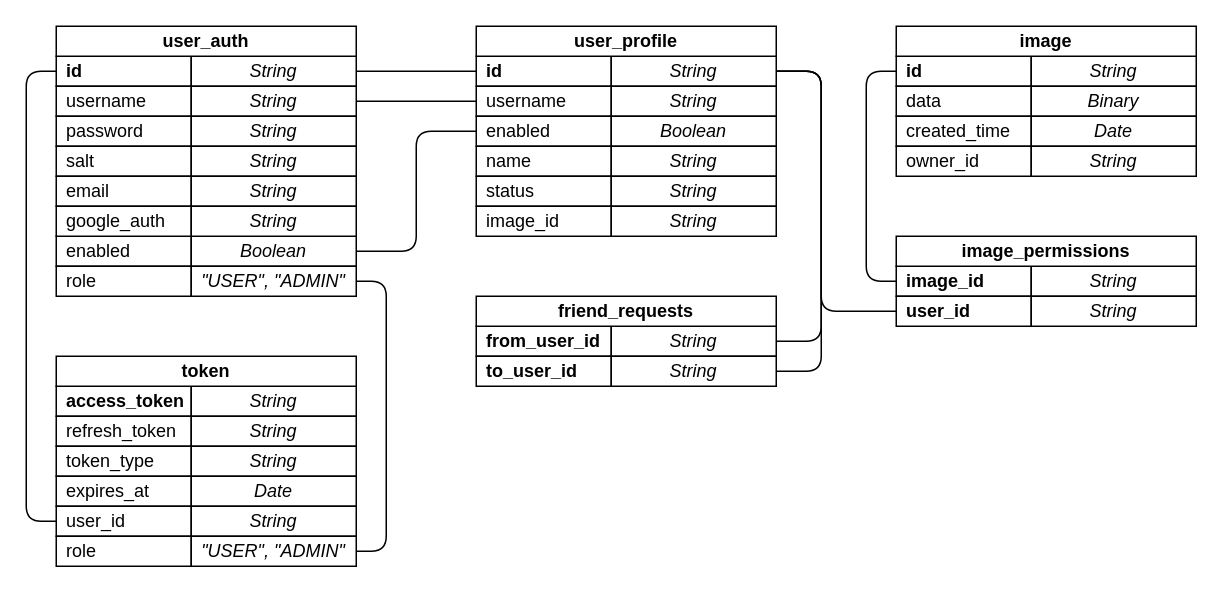
drsanches/photobooth keeps this draw.io diagram as doc/db_schema.drawio. Above is the earlier version. Source tidied: cells renumbered, new cells numbered last; positions are measured from the earlier drawing's top-left corner, leaving out a move shared by most shapes. Both pictures are drawn from the tidied source at 150%, with x=0, y=0 at pixel (56, 26).
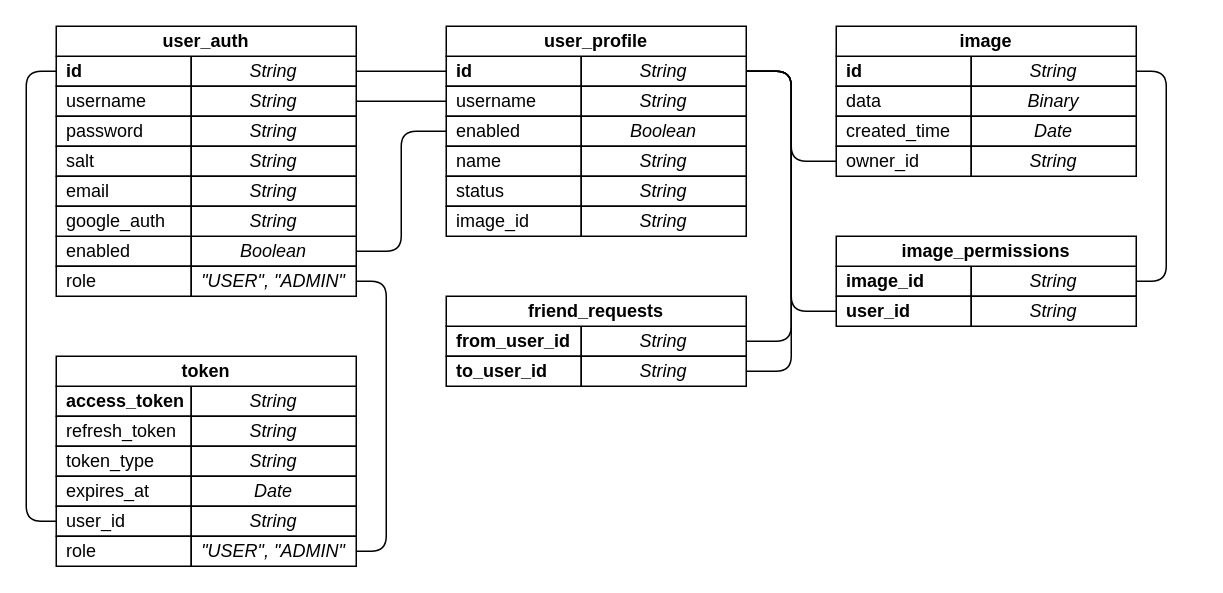
The same diagram, later.

What changed in the source:
```diff
@@
     <mxCell id="21" value="&lt;b&gt;id&lt;/b&gt;" style="rounded=0;whiteSpace=wrap;html=1;align=left;spacingLeft=5;" parent="1" vertex="1">
-      <mxGeometry x="280" y="20" width="90" height="20" as="geometry" />
+      <mxGeometry x="260" y="20" width="90" height="20" as="geometry" />
     </mxCell>
     <mxCell id="22" style="edgeStyle=orthogonalEdgeStyle;rounded=1;jettySize=auto;html=1;exitX=1;exitY=0.5;exitDx=0;exitDy=0;entryX=0;entryY=0.5;entryDx=0;entryDy=0;endArrow=none;endFill=0;" parent="1" edge="1" source="25" target="56">
       <mxGeometry relative="1" as="geometry">
         <Array as="points">
-          <mxPoint x="510" y="30" />
-          <mxPoint x="510" y="190" />
+          <mxPoint x="490" y="30" />
+          <mxPoint x="490" y="190" />
         </Array>
       </mxGeometry>
     </mxCell>
     <mxCell id="23" style="edgeStyle=orthogonalEdgeStyle;rounded=1;jettySize=auto;html=1;exitX=1;exitY=0.5;exitDx=0;exitDy=0;entryX=1;entryY=0.5;entryDx=0;entryDy=0;endArrow=none;endFill=0;" parent="1" edge="1" source="25" target="39">
       <mxGeometry relative="1" as="geometry">
         <Array as="points">
-          <mxPoint x="510" y="30" />
-          <mxPoint x="510" y="210" />
+          <mxPoint x="490" y="30" />
+          <mxPoint x="490" y="210" />
         </Array>
       </mxGeometry>
     </mxCell>
     <mxCell id="24" style="edgeStyle=orthogonalEdgeStyle;rounded=1;jettySize=auto;html=1;exitX=1;exitY=0.5;exitDx=0;exitDy=0;entryX=1;entryY=0.5;entryDx=0;entryDy=0;endArrow=none;endFill=0;" parent="1" edge="1" source="25" target="42">
       <mxGeometry relative="1" as="geometry">
         <Array as="points">
-          <mxPoint x="510" y="30" />
-          <mxPoint x="510" y="230" />
+          <mxPoint x="490" y="30" />
+          <mxPoint x="490" y="230" />
         </Array>
       </mxGeometry>
     </mxCell>
     <mxCell id="25" value="String" style="rounded=0;whiteSpace=wrap;html=1;spacingLeft=0;fontStyle=2;" parent="1" vertex="1">
-      <mxGeometry x="370" y="20" width="110" height="20" as="geometry" />
+      <mxGeometry x="350" y="20" width="110" height="20" as="geometry" />
     </mxCell>
     <mxCell id="26" value="username" style="rounded=0;whiteSpace=wrap;html=1;align=left;spacingLeft=5;" parent="1" vertex="1">
-      <mxGeometry x="280" y="40" width="90" height="20" as="geometry" />
+      <mxGeometry x="260" y="40" width="90" height="20" as="geometry" />
     </mxCell>
     <mxCell id="27" value="String" style="rounded=0;whiteSpace=wrap;html=1;spacingLeft=0;fontStyle=2;" parent="1" vertex="1">
-      <mxGeometry x="370" y="40" width="110" height="20" as="geometry" />
+      <mxGeometry x="350" y="40" width="110" height="20" as="geometry" />
     </mxCell>
     <mxCell id="28" value="enabled&lt;span style=&quot;white-space: pre;&quot;&gt;&#9;&lt;/span&gt;&lt;span style=&quot;white-space: pre;&quot;&gt;&#9;&lt;/span&gt;" style="rounded=0;whiteSpace=wrap;html=1;align=left;spacingLeft=5;" parent="1" vertex="1">
-      <mxGeometry x="280" y="60" width="90" height="20" as="geometry" />
+      <mxGeometry x="260" y="60" width="90" height="20" as="geometry" />
     </mxCell>
     <mxCell id="29" value="Boolean" style="rounded=0;whiteSpace=wrap;html=1;spacingLeft=0;fontStyle=2;" parent="1" vertex="1">
-      <mxGeometry x="370" y="60" width="110" height="20" as="geometry" />
+      <mxGeometry x="350" y="60" width="110" height="20" as="geometry" />
     </mxCell>
     <mxCell id="30" value="name" style="rounded=0;whiteSpace=wrap;html=1;align=left;spacingLeft=5;" parent="1" vertex="1">
-      <mxGeometry x="280" y="80" width="90" height="20" as="geometry" />
+      <mxGeometry x="260" y="80" width="90" height="20" as="geometry" />
     </mxCell>
     <mxCell id="31" value="String" style="rounded=0;whiteSpace=wrap;html=1;spacingLeft=0;fontStyle=2;" parent="1" vertex="1">
-      <mxGeometry x="370" y="80" width="110" height="20" as="geometry" />
+      <mxGeometry x="350" y="80" width="110" height="20" as="geometry" />
     </mxCell>
     <mxCell id="32" value="status" style="rounded=0;whiteSpace=wrap;html=1;align=left;spacingLeft=5;" parent="1" vertex="1">
-      <mxGeometry x="280" y="100" width="90" height="20" as="geometry" />
+      <mxGeometry x="260" y="100" width="90" height="20" as="geometry" />
     </mxCell>
     <mxCell id="33" value="String" style="rounded=0;whiteSpace=wrap;html=1;spacingLeft=0;fontStyle=2;" parent="1" vertex="1">
-      <mxGeometry x="370" y="100" width="110" height="20" as="geometry" />
+      <mxGeometry x="350" y="100" width="110" height="20" as="geometry" />
     </mxCell>
     <mxCell id="34" value="image_id" style="rounded=0;whiteSpace=wrap;html=1;align=left;spacingLeft=5;" parent="1" vertex="1">
-      <mxGeometry x="280" y="120" width="90" height="20" as="geometry" />
+      <mxGeometry x="260" y="120" width="90" height="20" as="geometry" />
     </mxCell>
     <mxCell id="35" value="String" style="rounded=0;whiteSpace=wrap;html=1;spacingLeft=0;fontStyle=2;" parent="1" vertex="1">
-      <mxGeometry x="370" y="120" width="110" height="20" as="geometry" />
+      <mxGeometry x="350" y="120" width="110" height="20" as="geometry" />
     </mxCell>
@@
     <mxCell id="37" value="user_profile" style="rounded=0;whiteSpace=wrap;html=1;fontStyle=1;" parent="1" vertex="1">
-      <mxGeometry x="280" width="200" height="20" as="geometry" />
+      <mxGeometry x="260" width="200" height="20" as="geometry" />
     </mxCell>
     <mxCell id="38" value="&lt;b&gt;from_user_id&lt;/b&gt;" style="rounded=0;whiteSpace=wrap;html=1;align=left;spacingLeft=5;" parent="1" vertex="1">
-      <mxGeometry x="280" y="200" width="90" height="20" as="geometry" />
+      <mxGeometry x="260" y="200" width="90" height="20" as="geometry" />
     </mxCell>
     <mxCell id="39" value="String" style="rounded=0;whiteSpace=wrap;html=1;spacingLeft=0;fontStyle=2;" parent="1" vertex="1">
-      <mxGeometry x="370" y="200" width="110" height="20" as="geometry" />
+      <mxGeometry x="350" y="200" width="110" height="20" as="geometry" />
     </mxCell>
     <mxCell id="40" value="friend_requests" style="rounded=0;whiteSpace=wrap;html=1;fontStyle=1;" parent="1" vertex="1">
-      <mxGeometry x="280" y="180" width="200" height="20" as="geometry" />
+      <mxGeometry x="260" y="180" width="200" height="20" as="geometry" />
     </mxCell>
     <mxCell id="41" value="&lt;b&gt;to_user_id&lt;/b&gt;" style="rounded=0;whiteSpace=wrap;html=1;align=left;spacingLeft=5;" parent="1" vertex="1">
-      <mxGeometry x="280" y="220" width="90" height="20" as="geometry" />
+      <mxGeometry x="260" y="220" width="90" height="20" as="geometry" />
     </mxCell>
     <mxCell id="42" value="String" style="rounded=0;whiteSpace=wrap;html=1;spacingLeft=0;fontStyle=2;" parent="1" vertex="1">
-      <mxGeometry x="370" y="220" width="110" height="20" as="geometry" />
+      <mxGeometry x="350" y="220" width="110" height="20" as="geometry" />
     </mxCell>
-    <mxCell id="43" style="edgeStyle=orthogonalEdgeStyle;rounded=1;jettySize=auto;html=1;exitX=0;exitY=0.5;exitDx=0;exitDy=0;entryX=0;entryY=0.5;entryDx=0;entryDy=0;endArrow=none;endFill=0;" parent="1" edge="1" source="44" target="53">
+    <mxCell id="43" style="edgeStyle=orthogonalEdgeStyle;rounded=1;jettySize=auto;html=1;exitX=1;exitY=0.5;exitDx=0;exitDy=0;entryX=1;entryY=0.5;entryDx=0;entryDy=0;endArrow=none;endFill=0;" parent="1" edge="1" source="45" target="54">
       <mxGeometry relative="1" as="geometry">
         <Array as="points">
-          <mxPoint x="540" y="30" />
-          <mxPoint x="540" y="170" />
+          <mxPoint x="740" y="30" />
+          <mxPoint x="740" y="170" />
         </Array>
       </mxGeometry>
     </mxCell>
     <mxCell id="44" value="&lt;b&gt;id&lt;/b&gt;" style="rounded=0;whiteSpace=wrap;html=1;align=left;spacingLeft=5;" parent="1" vertex="1">
-      <mxGeometry x="560" y="20" width="90" height="20" as="geometry" />
+      <mxGeometry x="520" y="20" width="90" height="20" as="geometry" />
     </mxCell>
     <mxCell id="45" value="String" style="rounded=0;whiteSpace=wrap;html=1;spacingLeft=0;fontStyle=2;" parent="1" vertex="1">
-      <mxGeometry x="650" y="20" width="110" height="20" as="geometry" />
+      <mxGeometry x="610" y="20" width="110" height="20" as="geometry" />
     </mxCell>
     <mxCell id="46" value="data" style="rounded=0;whiteSpace=wrap;html=1;align=left;spacingLeft=5;" parent="1" vertex="1">
-      <mxGeometry x="560" y="40" width="90" height="20" as="geometry" />
+      <mxGeometry x="520" y="40" width="90" height="20" as="geometry" />
     </mxCell>
     <mxCell id="47" value="Binary" style="rounded=0;whiteSpace=wrap;html=1;spacingLeft=0;fontStyle=2;" parent="1" vertex="1">
-      <mxGeometry x="650" y="40" width="110" height="20" as="geometry" />
+      <mxGeometry x="610" y="40" width="110" height="20" as="geometry" />
     </mxCell>
     <mxCell id="48" value="created_time" style="rounded=0;whiteSpace=wrap;html=1;align=left;spacingLeft=5;" parent="1" vertex="1">
-      <mxGeometry x="560" y="60" width="90" height="20" as="geometry" />
+      <mxGeometry x="520" y="60" width="90" height="20" as="geometry" />
     </mxCell>
     <mxCell id="49" value="Date" style="rounded=0;whiteSpace=wrap;html=1;spacingLeft=0;fontStyle=2;" parent="1" vertex="1">
-      <mxGeometry x="650" y="60" width="110" height="20" as="geometry" />
+      <mxGeometry x="610" y="60" width="110" height="20" as="geometry" />
     </mxCell>
     <mxCell id="50" value="owner_id" style="rounded=0;whiteSpace=wrap;html=1;align=left;spacingLeft=5;" parent="1" vertex="1">
-      <mxGeometry x="560" y="80" width="90" height="20" as="geometry" />
+      <mxGeometry x="520" y="80" width="90" height="20" as="geometry" />
     </mxCell>
     <mxCell id="51" value="String" style="rounded=0;whiteSpace=wrap;html=1;spacingLeft=0;fontStyle=2;" parent="1" vertex="1">
-      <mxGeometry x="650" y="80" width="110" height="20" as="geometry" />
+      <mxGeometry x="610" y="80" width="110" height="20" as="geometry" />
     </mxCell>
     <mxCell id="52" value="image" style="rounded=0;whiteSpace=wrap;html=1;fontStyle=1;" parent="1" vertex="1">
-      <mxGeometry x="560" width="200" height="20" as="geometry" />
+      <mxGeometry x="520" width="200" height="20" as="geometry" />
     </mxCell>
     <mxCell id="53" value="&lt;b&gt;image_id&lt;/b&gt;" style="rounded=0;whiteSpace=wrap;html=1;align=left;spacingLeft=5;" parent="1" vertex="1">
-      <mxGeometry x="560" y="160" width="90" height="20" as="geometry" />
+      <mxGeometry x="520" y="160" width="90" height="20" as="geometry" />
     </mxCell>
     <mxCell id="54" value="String" style="rounded=0;whiteSpace=wrap;html=1;spacingLeft=0;fontStyle=2;" parent="1" vertex="1">
-      <mxGeometry x="650" y="160" width="110" height="20" as="geometry" />
+      <mxGeometry x="610" y="160" width="110" height="20" as="geometry" />
     </mxCell>
     <mxCell id="55" value="image_permissions" style="rounded=0;whiteSpace=wrap;html=1;fontStyle=1;" parent="1" vertex="1">
-      <mxGeometry x="560" y="140" width="200" height="20" as="geometry" />
+      <mxGeometry x="520" y="140" width="200" height="20" as="geometry" />
     </mxCell>
     <mxCell id="56" value="&lt;b&gt;user_id&lt;/b&gt;" style="rounded=0;whiteSpace=wrap;html=1;align=left;spacingLeft=5;" parent="1" vertex="1">
-      <mxGeometry x="560" y="180" width="90" height="20" as="geometry" />
+      <mxGeometry x="520" y="180" width="90" height="20" as="geometry" />
     </mxCell>
     <mxCell id="57" value="String" style="rounded=0;whiteSpace=wrap;html=1;spacingLeft=0;fontStyle=2;" parent="1" vertex="1">
-      <mxGeometry x="650" y="180" width="110" height="20" as="geometry" />
+      <mxGeometry x="610" y="180" width="110" height="20" as="geometry" />
     </mxCell>
@@
+    <mxCell id="73" style="edgeStyle=orthogonalEdgeStyle;rounded=1;jettySize=auto;html=1;exitX=1;exitY=0.5;exitDx=0;exitDy=0;entryX=0;entryY=0.5;entryDx=0;entryDy=0;endArrow=none;endFill=0;" parent="1" edge="1" source="25" target="50">
+      <mxGeometry relative="1" as="geometry">
+        <Array as="points">
+          <mxPoint x="490" y="30" />
+          <mxPoint x="490" y="90" />
+        </Array>
+      </mxGeometry>
+    </mxCell>
```
